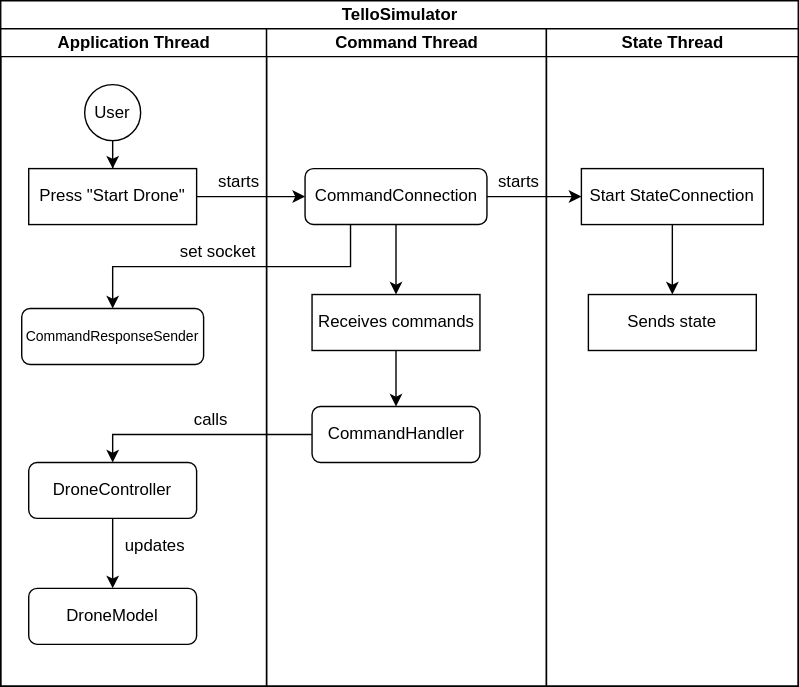
This is assets/tello-simulator-backend-swimlane-diagram.svg from DieterHolz/TelloSimulator, a draw.io export, as it was before one commit. Source tidied: cells renumbered, new cells last; positions are measured from the earlier drawing's top-left corner, leaving out a move shared by most shapes. The source it was exported from:
```xml
<mxGraphModel>
  <root>
    <mxCell id="0" />
    <mxCell id="1" parent="0" />
    <mxCell id="2" value="TelloSimulator" style="swimlane;html=1;startSize=20;" parent="1" vertex="1">
      <mxGeometry width="570" height="490" as="geometry" />
    </mxCell>
    <mxCell id="3" value="Application Thread" style="swimlane;html=1;startSize=20;" parent="2" vertex="1">
      <mxGeometry y="20" width="190" height="470" as="geometry" />
    </mxCell>
    <mxCell id="4" style="edgeStyle=orthogonalEdgeStyle;rounded=0;jettySize=auto;html=1;entryX=0.5;entryY=0;entryDx=0;entryDy=0;" parent="3" edge="1" source="5" target="6">
      <mxGeometry relative="1" as="geometry" />
    </mxCell>
    <mxCell id="5" value="DroneController" style="rounded=1;whiteSpace=wrap;html=1;" parent="3" vertex="1">
      <mxGeometry x="20" y="310" width="120" height="40" as="geometry" />
    </mxCell>
    <mxCell id="6" value="DroneModel" style="rounded=1;whiteSpace=wrap;html=1;" parent="3" vertex="1">
      <mxGeometry x="20" y="400" width="120" height="40" as="geometry" />
    </mxCell>
    <mxCell id="7" value="updates" style="text;html=1;align=center;verticalAlign=middle;" parent="3" vertex="1">
      <mxGeometry x="80" y="360" width="60" height="20" as="geometry" />
    </mxCell>
    <mxCell id="8" style="edgeStyle=orthogonalEdgeStyle;rounded=0;jettySize=auto;html=1;" parent="3" edge="1" source="9" target="10">
      <mxGeometry relative="1" as="geometry" />
    </mxCell>
    <mxCell id="9" value="User" style="ellipse;whiteSpace=wrap;html=1;" parent="3" vertex="1">
      <mxGeometry x="60" y="40" width="40" height="40" as="geometry" />
    </mxCell>
    <mxCell id="10" value="Press &quot;Start Drone&quot;" style="rounded=0;whiteSpace=wrap;html=1;" parent="3" vertex="1">
      <mxGeometry x="20" y="100" width="120" height="40" as="geometry" />
    </mxCell>
    <mxCell id="11" value="starts" style="text;html=1;align=center;verticalAlign=middle;" parent="3" vertex="1">
      <mxGeometry x="150" y="100" width="40" height="20" as="geometry" />
    </mxCell>
    <mxCell id="12" value="&lt;span&gt;&lt;font style=&quot;font-size: 10px&quot;&gt;CommandResponseSender&lt;/font&gt;&lt;/span&gt;" style="rounded=1;whiteSpace=wrap;html=1;" parent="3" vertex="1">
      <mxGeometry x="15" y="200" width="130" height="40" as="geometry" />
    </mxCell>
    <mxCell id="13" value="calls" style="text;html=1;align=center;verticalAlign=middle;" parent="3" vertex="1">
      <mxGeometry x="130" y="270" width="40" height="20" as="geometry" />
    </mxCell>
    <mxCell id="14" value="Command Thread" style="swimlane;html=1;startSize=20;" parent="2" vertex="1">
      <mxGeometry x="190" y="20" width="200" height="470" as="geometry" />
    </mxCell>
    <mxCell id="15" value="CommandHandler" style="rounded=1;whiteSpace=wrap;html=1;" parent="14" vertex="1">
      <mxGeometry x="32.5" y="270" width="120" height="40" as="geometry" />
    </mxCell>
    <mxCell id="16" value="starts" style="text;html=1;align=center;verticalAlign=middle;" parent="14" vertex="1">
      <mxGeometry x="160" y="100" width="40" height="20" as="geometry" />
    </mxCell>
    <mxCell id="17" style="edgeStyle=orthogonalEdgeStyle;rounded=0;jettySize=auto;html=1;entryX=0.5;entryY=0;entryDx=0;entryDy=0;" parent="14" edge="1" source="18" target="20">
      <mxGeometry relative="1" as="geometry" />
    </mxCell>
    <mxCell id="18" value="&lt;span&gt;CommandConnection&lt;/span&gt;" style="rounded=1;whiteSpace=wrap;html=1;" parent="14" vertex="1">
      <mxGeometry x="27.5" y="100" width="130" height="40" as="geometry" />
    </mxCell>
    <mxCell id="19" style="edgeStyle=orthogonalEdgeStyle;rounded=0;jettySize=auto;html=1;exitX=0.5;exitY=1;exitDx=0;exitDy=0;" parent="14" edge="1" source="20" target="15">
      <mxGeometry relative="1" as="geometry" />
    </mxCell>
    <mxCell id="20" value="Receives commands" style="rounded=0;whiteSpace=wrap;html=1;" parent="14" vertex="1">
      <mxGeometry x="32.5" y="190" width="120" height="40" as="geometry" />
    </mxCell>
    <mxCell id="21" value="State Thread" style="swimlane;html=1;startSize=20;" parent="2" vertex="1">
      <mxGeometry x="390" y="20" width="180" height="470" as="geometry" />
    </mxCell>
    <mxCell id="22" style="edgeStyle=orthogonalEdgeStyle;rounded=0;jettySize=auto;html=1;entryX=0.5;entryY=0;entryDx=0;entryDy=0;" parent="21" edge="1" source="23" target="24">
      <mxGeometry relative="1" as="geometry" />
    </mxCell>
    <mxCell id="23" value="Start StateConnection" style="rounded=0;whiteSpace=wrap;html=1;" parent="21" vertex="1">
      <mxGeometry x="25" y="100" width="130" height="40" as="geometry" />
    </mxCell>
    <mxCell id="24" value="Sends state" style="rounded=0;whiteSpace=wrap;html=1;" parent="21" vertex="1">
      <mxGeometry x="30" y="190" width="120" height="40" as="geometry" />
    </mxCell>
    <mxCell id="25" style="edgeStyle=orthogonalEdgeStyle;rounded=0;jettySize=auto;html=1;entryX=0;entryY=0.5;entryDx=0;entryDy=0;" parent="2" edge="1" source="10" target="18">
      <mxGeometry relative="1" as="geometry" />
    </mxCell>
    <mxCell id="26" style="edgeStyle=orthogonalEdgeStyle;rounded=0;jettySize=auto;html=1;entryX=0;entryY=0.5;entryDx=0;entryDy=0;exitX=1;exitY=0.5;exitDx=0;exitDy=0;" parent="2" edge="1" source="18" target="23">
      <mxGeometry relative="1" as="geometry" />
    </mxCell>
    <mxCell id="27" style="edgeStyle=orthogonalEdgeStyle;rounded=0;jettySize=auto;html=1;entryX=0.5;entryY=0;entryDx=0;entryDy=0;" parent="2" edge="1" source="15" target="5">
      <mxGeometry relative="1" as="geometry" />
    </mxCell>
    <mxCell id="28" style="edgeStyle=orthogonalEdgeStyle;rounded=0;jettySize=auto;html=1;exitX=0.25;exitY=1;exitDx=0;exitDy=0;" parent="2" edge="1" source="18" target="12">
      <mxGeometry relative="1" as="geometry">
        <Array as="points">
          <mxPoint x="250" y="190" />
          <mxPoint x="80" y="190" />
        </Array>
      </mxGeometry>
    </mxCell>
    <mxCell id="29" value="set socket" style="text;html=1;align=center;verticalAlign=middle;" parent="1" vertex="1">
      <mxGeometry x="120" y="170" width="70" height="20" as="geometry" />
    </mxCell>
  </root>
</mxGraphModel>
```
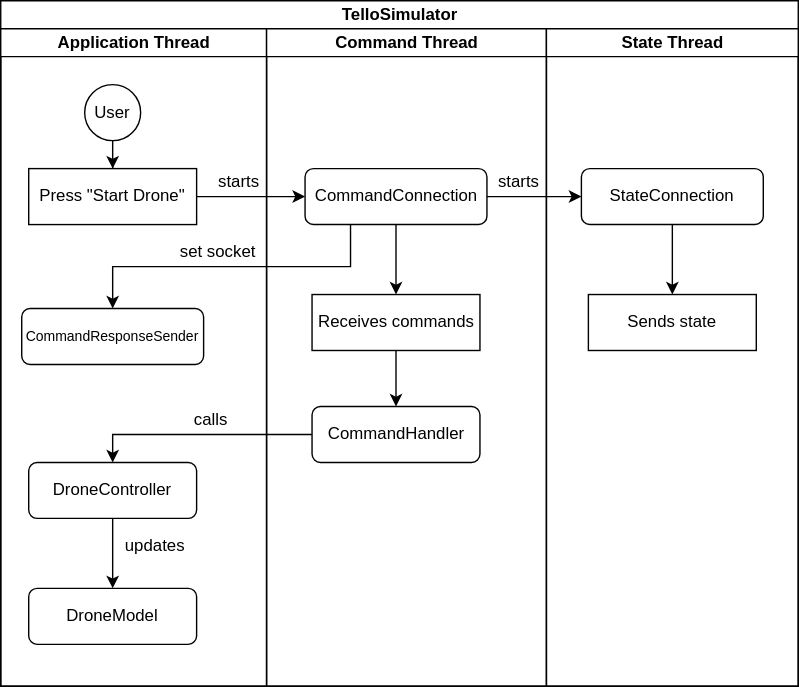
After the change.

Commit message:
fix imagesdir and swimlane diagram

Change to the diagram source:
```diff
@@ -65,7 +65,7 @@
     <mxCell id="22" style="edgeStyle=orthogonalEdgeStyle;rounded=0;jettySize=auto;html=1;entryX=0.5;entryY=0;entryDx=0;entryDy=0;" parent="21" edge="1" source="23" target="24">
       <mxGeometry relative="1" as="geometry" />
     </mxCell>
-    <mxCell id="23" value="Start StateConnection" style="rounded=0;whiteSpace=wrap;html=1;" parent="21" vertex="1">
+    <mxCell id="23" value="StateConnection" style="rounded=1;whiteSpace=wrap;html=1;" parent="21" vertex="1">
       <mxGeometry x="25" y="100" width="130" height="40" as="geometry" />
     </mxCell>
     <mxCell id="24" value="Sends state" style="rounded=0;whiteSpace=wrap;html=1;" parent="21" vertex="1">
```
